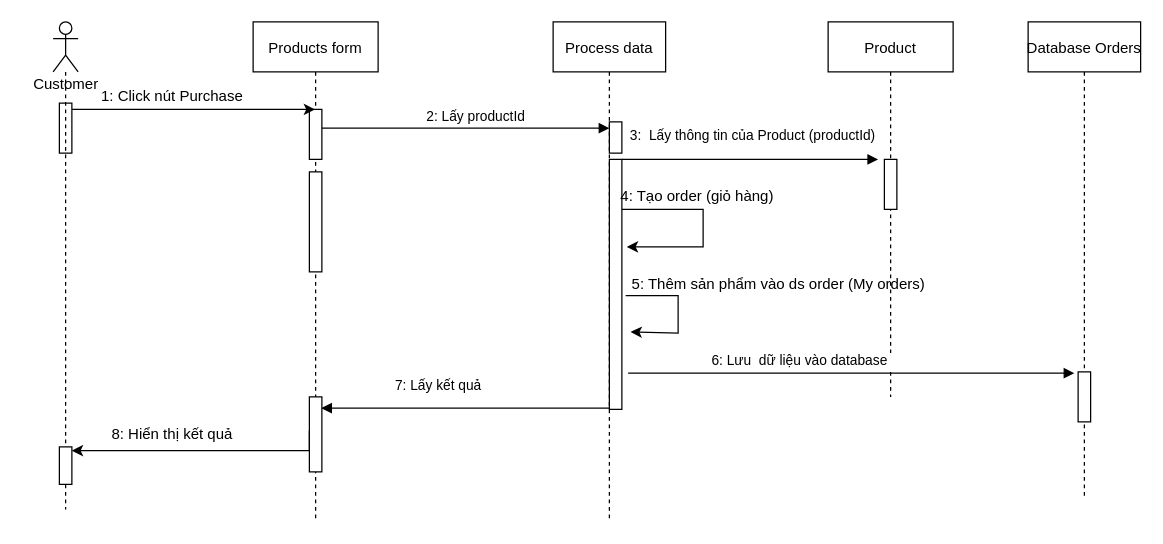
Above: sequent .drawio in NGA-IF-SAFETY/truongnga_homework_lv03 (draw.io), before the change. Source tidied: cells renumbered, new cells numbered last; positions are measured from the earlier drawing's top-left corner, leaving out a move shared by most shapes. Both pictures are drawn from the tidied source at 125%, with x=0, y=0 at pixel (-179, 21).
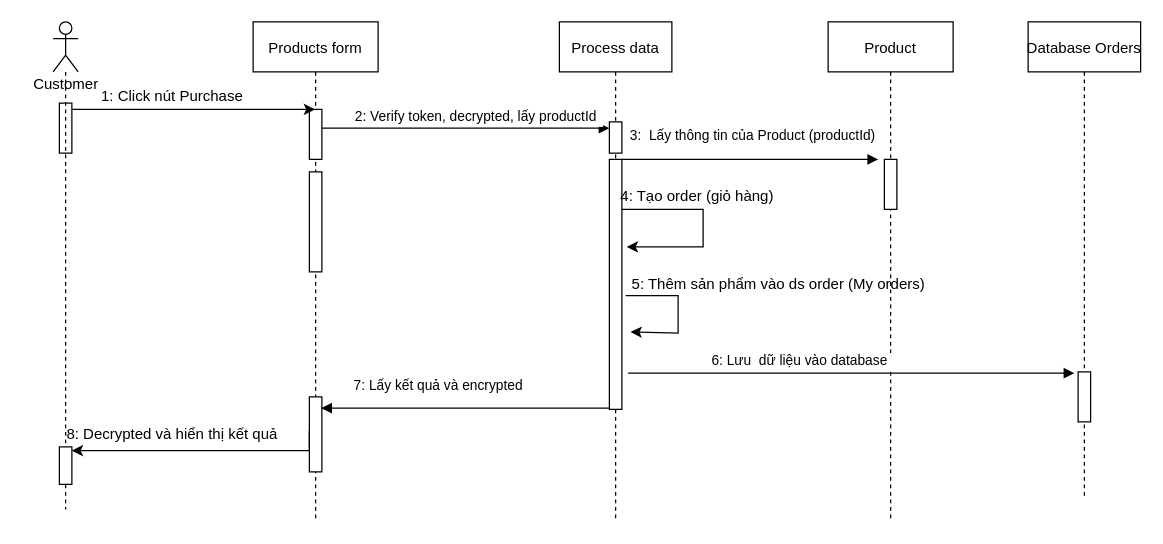
The same diagram, later.

The change refers to these unchanged cells:
```xml
<mxCell id="3" style="points=[];perimeter=orthogonalPerimeter;rounded=0;shadow=0;strokeWidth=1;" parent="2" vertex="1">
  <mxGeometry x="45" y="70" width="10" height="40" as="geometry" />
</mxCell>
```

Change to the diagram source:
```diff
@@
     <mxCell id="5" value="Process data" style="shape=umlLifeline;perimeter=lifelinePerimeter;rounded=0;shadow=0;strokeWidth=1;" parent="1" vertex="1">
-      <mxGeometry x="585" width="90" height="400" as="geometry" />
+      <mxGeometry x="590" width="90" height="400" as="geometry" />
     </mxCell>
-    <mxCell id="6" value="2: Lấy productId " style="verticalAlign=bottom;endArrow=block;entryX=0;entryY=0;shadow=0;strokeWidth=1;" parent="1" edge="1" source="3">
+    <mxCell id="6" value="2: Verify token, decrypted, lấy productId " style="verticalAlign=bottom;endArrow=block;entryX=0;entryY=0;shadow=0;strokeWidth=1;" parent="1" edge="1" source="3">
       <mxGeometry x="0.09" relative="1" as="geometry">
         <mxPoint x="630" y="85" as="targetPoint" />
         <Array as="points">
           <mxPoint x="615" y="85" />
         </Array>
       </mxGeometry>
     </mxCell>
@@
     <mxCell id="10" value="Product" style="shape=umlLifeline;perimeter=lifelinePerimeter;rounded=0;shadow=0;strokeWidth=1;" parent="1" vertex="1">
-      <mxGeometry x="805" width="100" height="300" as="geometry" />
+      <mxGeometry x="805" width="100" height="400" as="geometry" />
     </mxCell>
@@
-    <mxCell id="26" value="7: Lấy kết quả " style="verticalAlign=bottom;endArrow=block;shadow=0;strokeWidth=1;" parent="1" edge="1">
+    <mxCell id="26" value="7: Lấy kết quả và encrypted " style="verticalAlign=bottom;endArrow=block;shadow=0;strokeWidth=1;" parent="1" edge="1">
       <mxGeometry x="0.17" y="-9" relative="1" as="geometry">
         <mxPoint x="630" y="309" as="sourcePoint" />
         <mxPoint x="399.5" y="309" as="targetPoint" />
         <Array as="points">
           <mxPoint x="515" y="309" />
         </Array>
       </mxGeometry>
     </mxCell>
@@
-    <mxCell id="28" value="8: Hiển thị kết quả" style="text;html=1;align=center;verticalAlign=middle;strokeColor=none;" parent="1" vertex="1">
-      <mxGeometry x="225" y="320" width="110" height="20" as="geometry" />
+    <mxCell id="28" value="8: Decrypted và hiển thị kết quả" style="text;html=1;align=center;verticalAlign=middle;strokeColor=none;" parent="1" vertex="1">
+      <mxGeometry x="190" y="320" width="180" height="20" as="geometry" />
     </mxCell>
```
